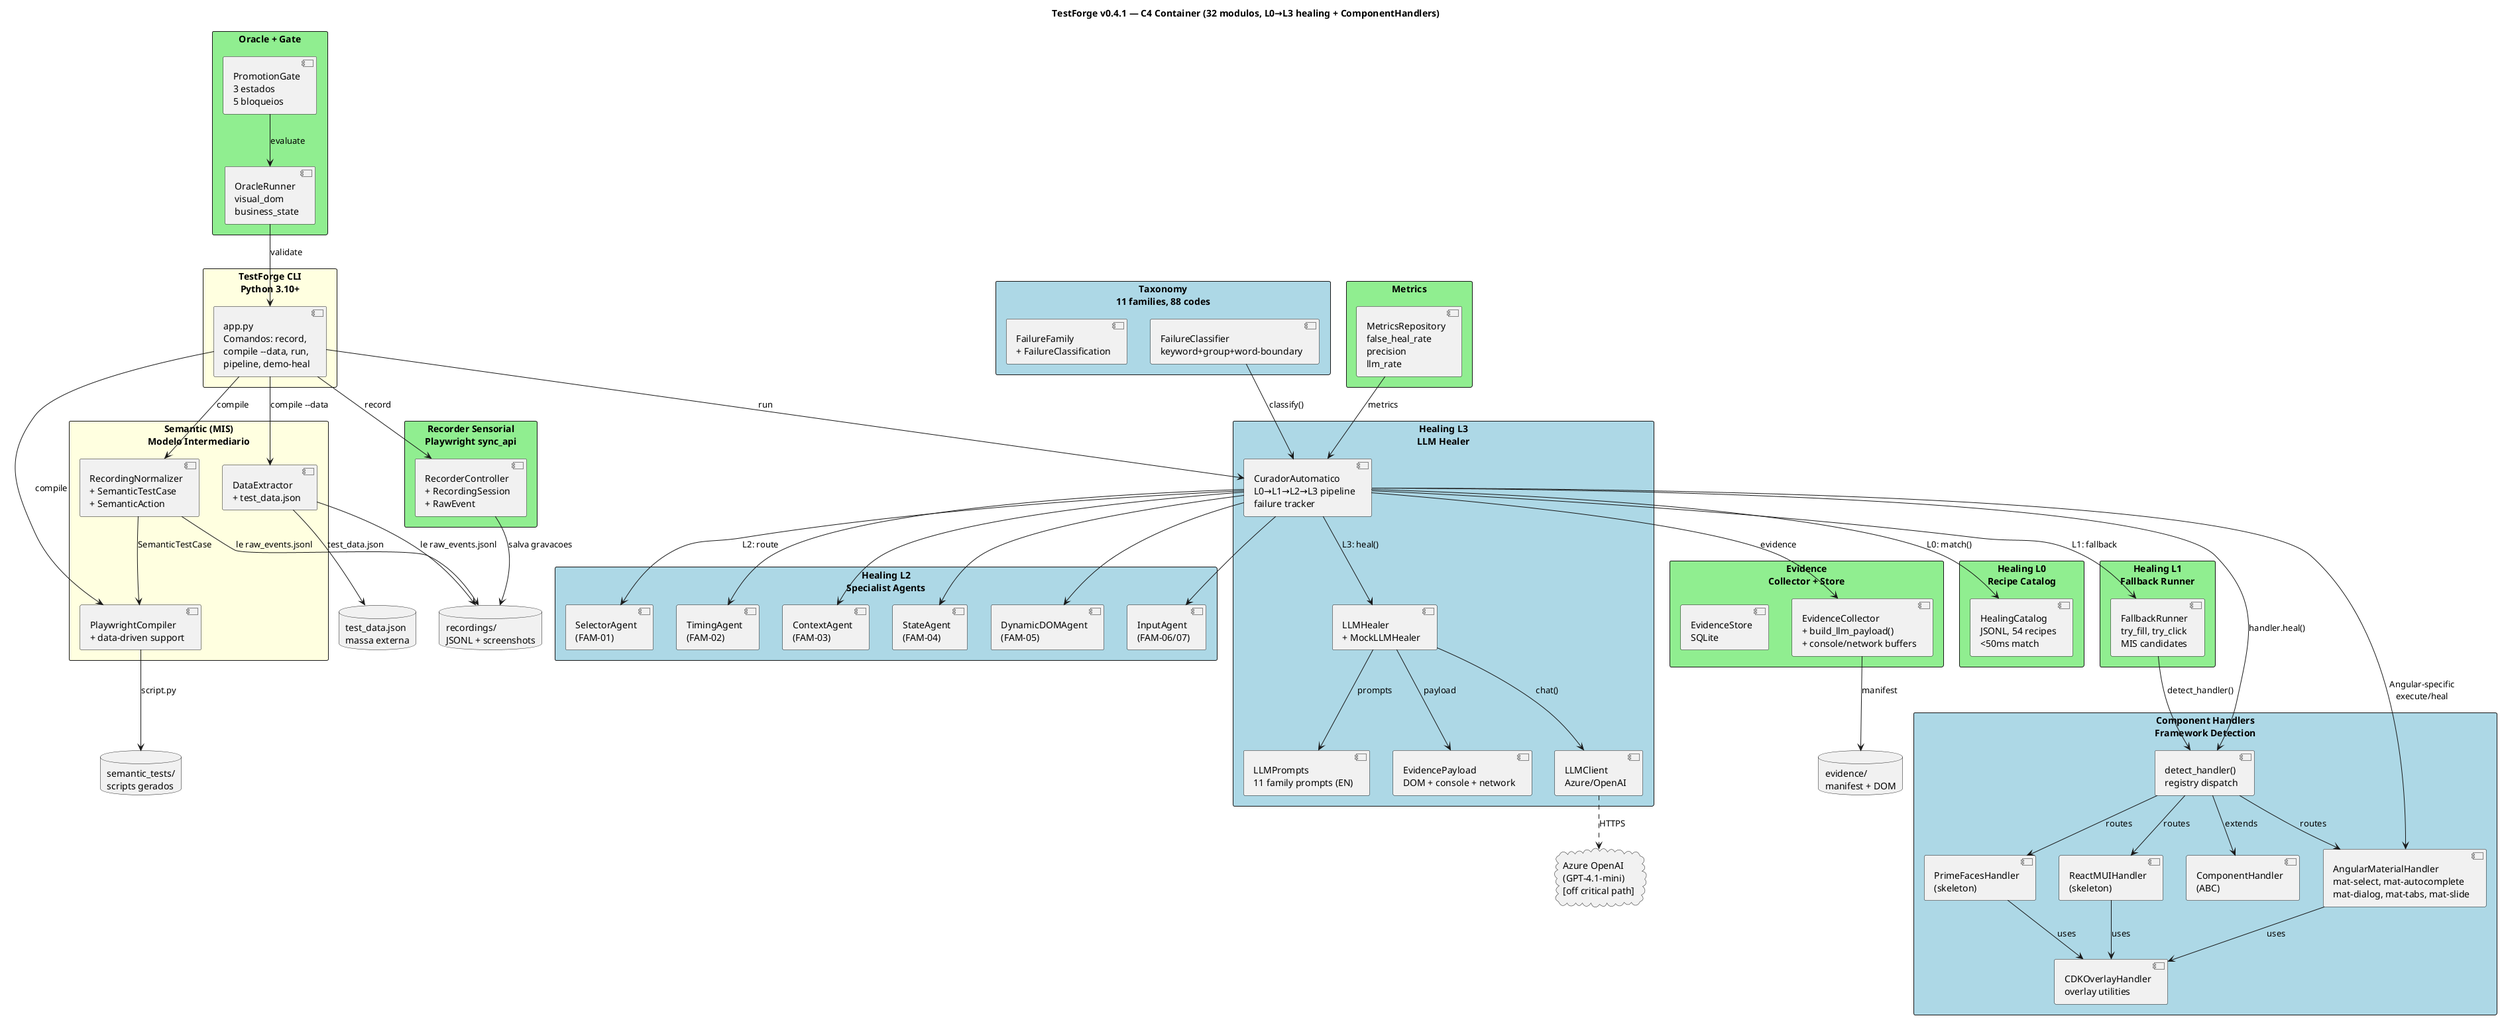
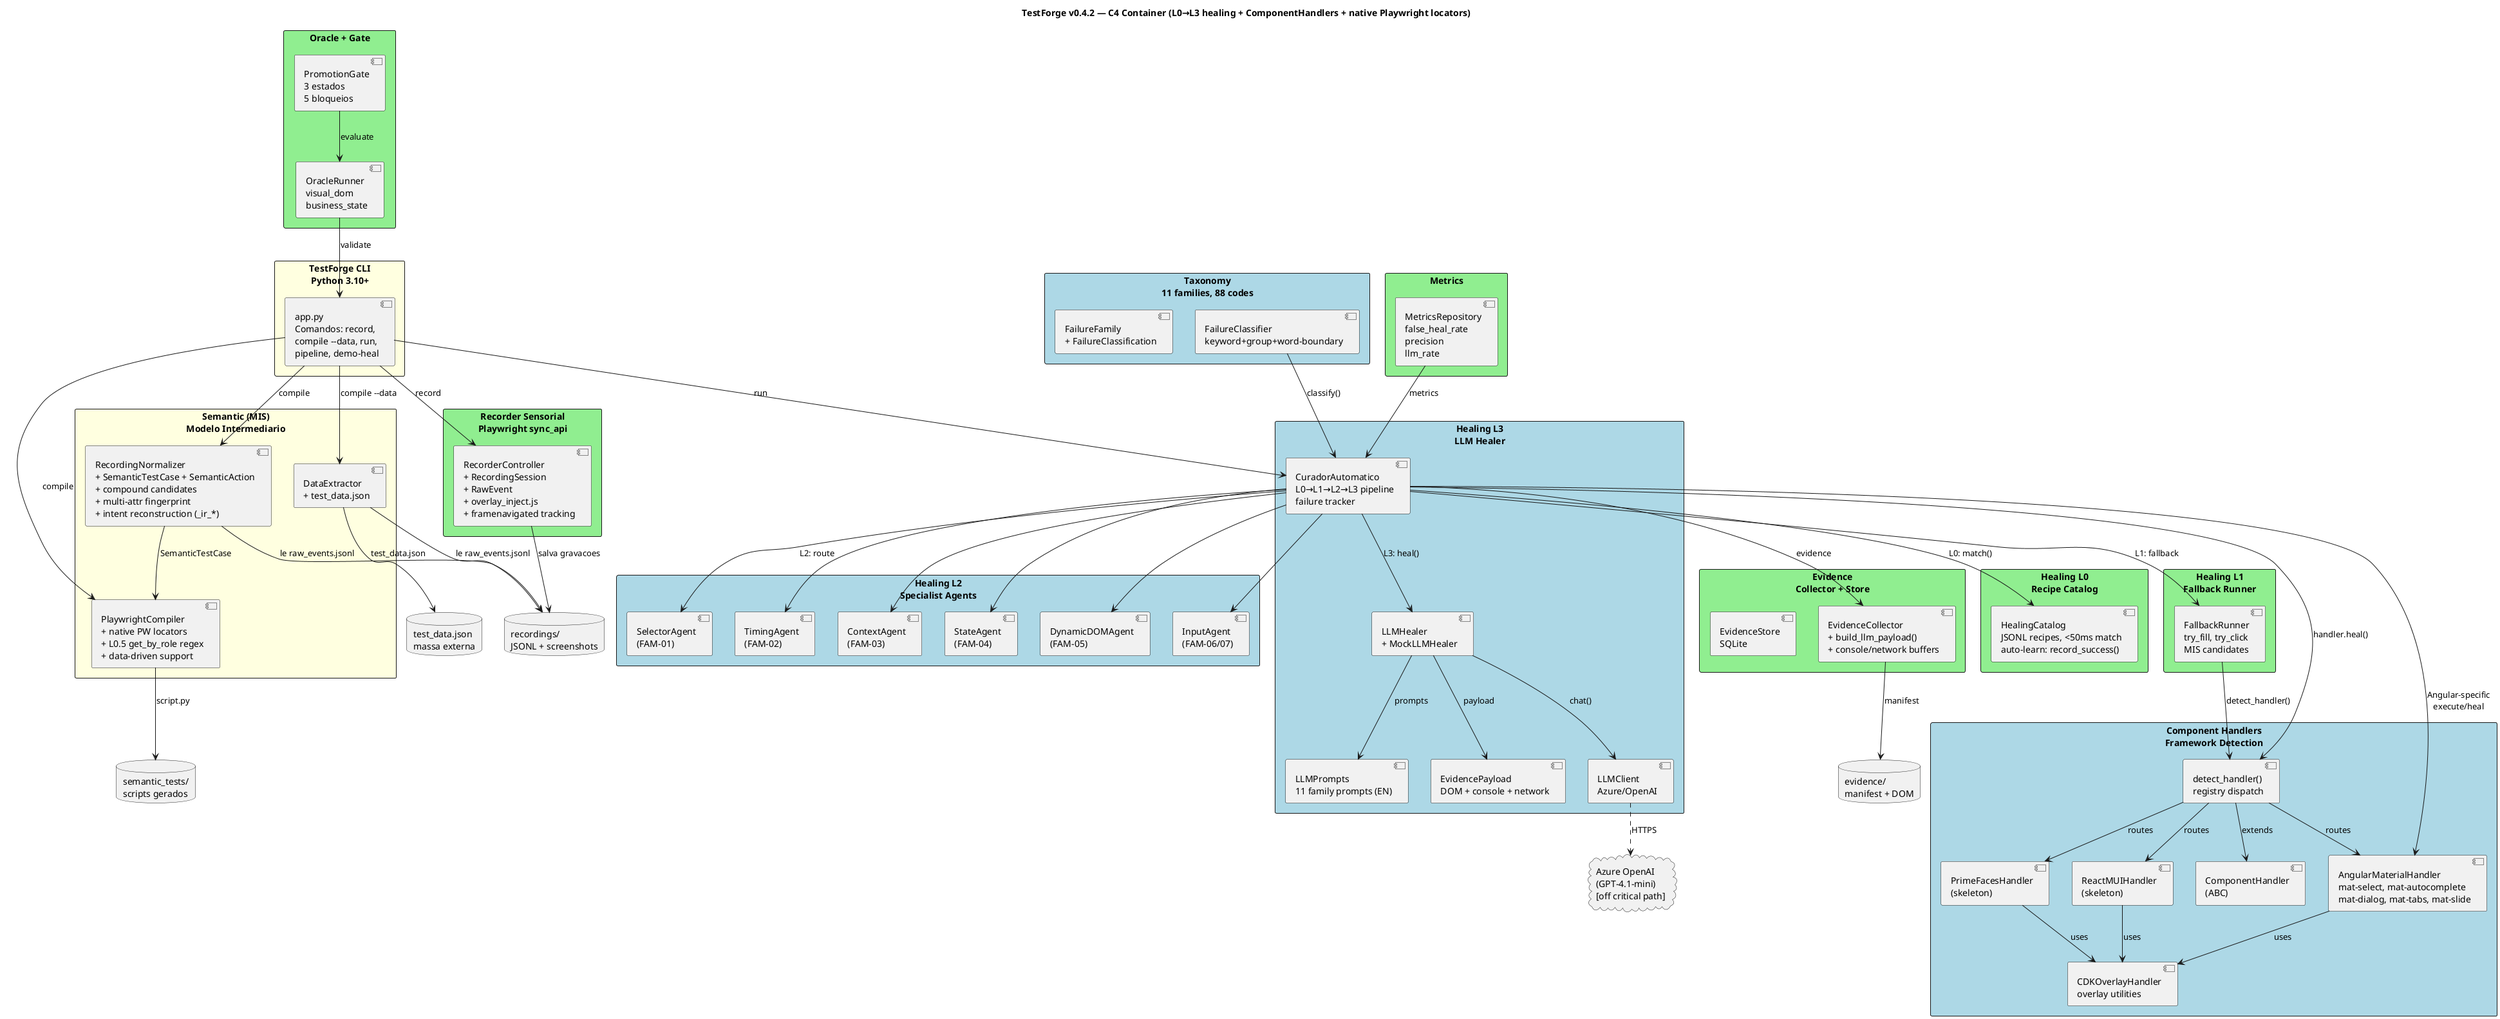
@startuml
- title TestForge v0.4.1 — C4 Container (32 modulos, L0→L3 healing + ComponentHandlers)
+ title TestForge v0.4.2 — C4 Container (L0→L3 healing + ComponentHandlers + native Playwright locators)

skinparam backgroundColor #FFFFFF
skinparam packageStyle rectangle

rectangle "TestForge CLI\nPython 3.10+" as CLI #LightYellow {
  component "app.py\nComandos: record,\ncompile --data, run,\npipeline, demo-heal" as App
}

rectangle "Recorder Sensorial\nPlaywright sync_api" as Recorder #LightGreen {
-   component "RecorderController\n+ RecordingSession\n+ RawEvent" as REC
+   component "RecorderController\n+ RecordingSession\n+ RawEvent\n+ overlay_inject.js\n+ framenavigated tracking" as REC
}

rectangle "Semantic (MIS)\nModelo Intermediario" as Semantic #LightYellow {
-   component "RecordingNormalizer\n+ SemanticTestCase\n+ SemanticAction" as MIS
-   component "PlaywrightCompiler\n+ data-driven support" as COMP
+   component "RecordingNormalizer\n+ SemanticTestCase + SemanticAction\n+ compound candidates\n+ multi-attr fingerprint\n+ intent reconstruction (_ir_*)" as MIS
+   component "PlaywrightCompiler\n+ native PW locators\n+ L0.5 get_by_role regex\n+ data-driven support" as COMP
  component "DataExtractor\n+ test_data.json" as DE
}

rectangle "Evidence\nCollector + Store" as Evidence #LightGreen {
  component "EvidenceCollector\n+ build_llm_payload()\n+ console/network buffers" as EC
  component "EvidenceStore\nSQLite" as ES
}

rectangle "Taxonomy\n11 families, 88 codes" as Taxonomy #LightBlue {
  component "FailureClassifier\nkeyword+group+word-boundary" as FC
  component "FailureFamily\n+ FailureClassification" as FF
}

rectangle "Healing L0\nRecipe Catalog" as L0 #LightGreen {
-   component "HealingCatalog\nJSONL, 54 recipes\n<50ms match" as HC
+   component "HealingCatalog\nJSONL recipes, <50ms match\nauto-learn: record_success()" as HC
}

rectangle "Healing L1\nFallback Runner" as L1 #LightGreen {
  component "FallbackRunner\ntry_fill, try_click\nMIS candidates" as FR
}

rectangle "Healing L2\nSpecialist Agents" as L2 #LightBlue {
  component "SelectorAgent\n(FAM-01)" as SA
  component "TimingAgent\n(FAM-02)" as TA
  component "ContextAgent\n(FAM-03)" as CA
  component "StateAgent\n(FAM-04)" as StA
  component "DynamicDOMAgent\n(FAM-05)" as DA
  component "InputAgent\n(FAM-06/07)" as IA
}

rectangle "Healing L3\nLLM Healer" as L3 #LightBlue {
  component "CuradorAutomatico\nL0→L1→L2→L3 pipeline\nfailure tracker" as CUR
  component "LLMHealer\n+ MockLLMHealer" as LLM
  component "LLMClient\nAzure/OpenAI" as LClient
  component "LLMPrompts\n11 family prompts (EN)" as LPrompts
  component "EvidencePayload\nDOM + console + network" as EP
}

rectangle "Component Handlers\nFramework Detection" as Handlers #LightBlue {
  component "ComponentHandler\n(ABC)" as BASE
  component "AngularMaterialHandler\nmat-select, mat-autocomplete\nmat-dialog, mat-tabs, mat-slide" as AMH
  component "PrimeFacesHandler\n(skeleton)" as PFH
  component "ReactMUIHandler\n(skeleton)" as RWH
  component "CDKOverlayHandler\noverlay utilities" as COH
  component "detect_handler()\nregistry dispatch" as DET
}

rectangle "Oracle + Gate" as Oracle #LightGreen {
  component "OracleRunner\nvisual_dom\nbusiness_state" as OR
  component "PromotionGate\n3 estados\n5 bloqueios" as PG
}

rectangle "Metrics" as Metrics #LightGreen {
  component "MetricsRepository\nfalse_heal_rate\nprecision\nllm_rate" as MR
}

database "recordings/\nJSONL + screenshots" as RECDB
database "evidence/\nmanifest + DOM" as EVIDB
database "semantic_tests/\nscripts gerados" as STDB
database "test_data.json\nmassa externa" as TDB

cloud "Azure OpenAI\n(GPT-4.1-mini)\n[off critical path]" as AZURE

' --- Connections ---

App --> REC : record
App --> MIS : compile
App --> COMP : compile
App --> DE : compile --data
App --> CUR : run

REC --> RECDB : salva gravacoes

MIS --> RECDB : le raw_events.jsonl
MIS --> COMP : SemanticTestCase
DE --> RECDB : le raw_events.jsonl
DE --> TDB : test_data.json
COMP --> STDB : script.py

CUR --> HC : L0: match()
CUR --> FR : L1: fallback
CUR --> SA : L2: route
CUR --> TA
CUR --> CA
CUR --> StA
CUR --> DA
CUR --> IA
CUR --> LLM : L3: heal()
LLM --> LClient : chat()
LLM --> LPrompts : prompts
LLM --> EP : payload
CUR --> EC : evidence
EC --> EVIDB : manifest

FC --> CUR : classify()
OR --> App : validate
PG --> OR : evaluate
MR --> CUR : metrics

' --- Handler connections ---

DET --> BASE : extends
DET --> AMH : routes
DET --> PFH : routes
DET --> RWH : routes
AMH --> COH : uses
PFH --> COH : uses
RWH --> COH : uses

FR --> DET : detect_handler()
CUR --> DET : handler.heal()
CUR --> AMH : Angular-specific\nexecute/heal
LClient ..> AZURE : HTTPS

@enduml
